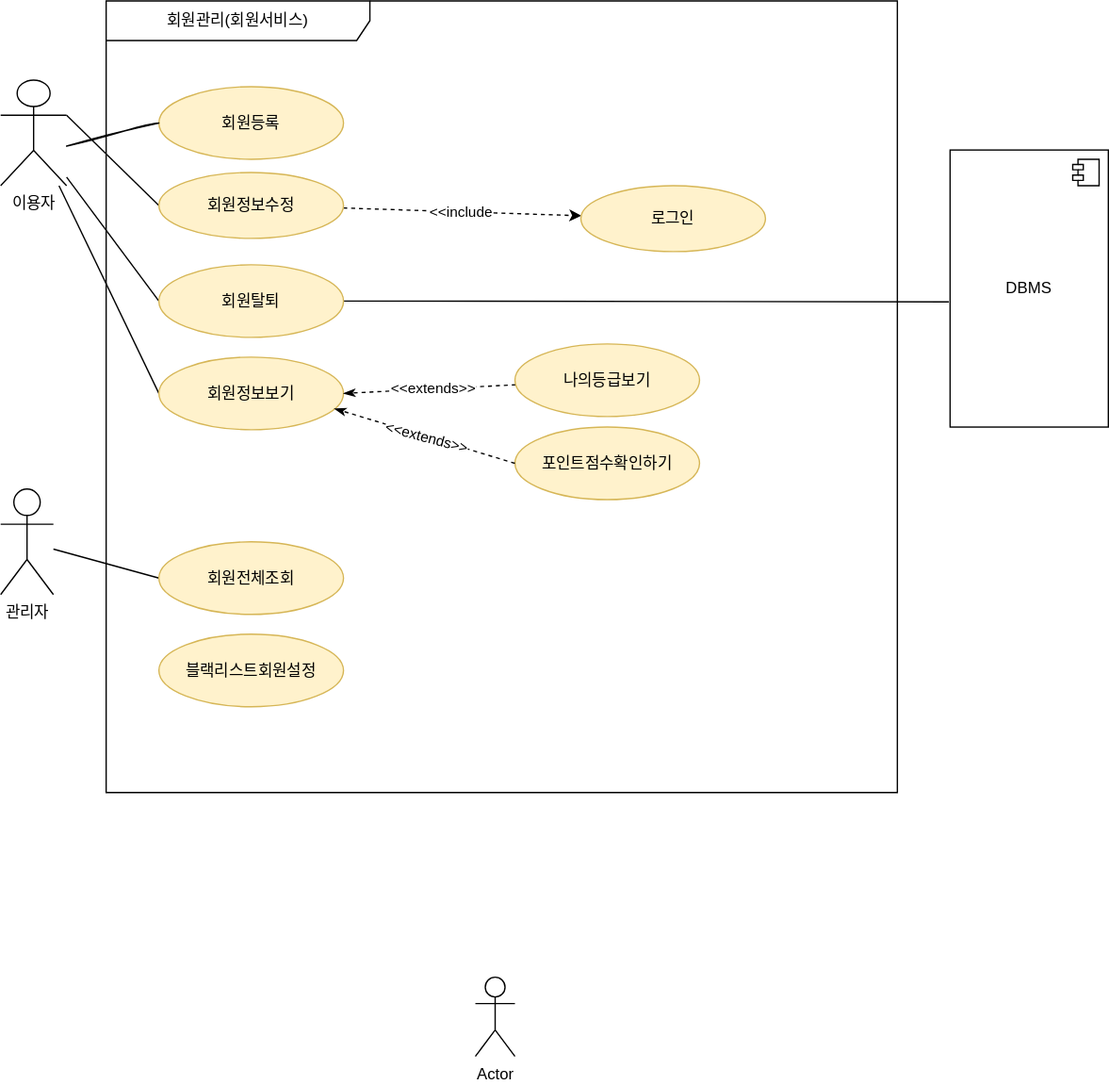
Above: 제목 없는 다이어그램.drawio.svg in parkwonjun2/multi_it_test (draw.io), before the change. Source tidied: cells renumbered, new cells last; positions are measured from the earlier drawing's top-left corner, leaving out a move shared by most shapes.
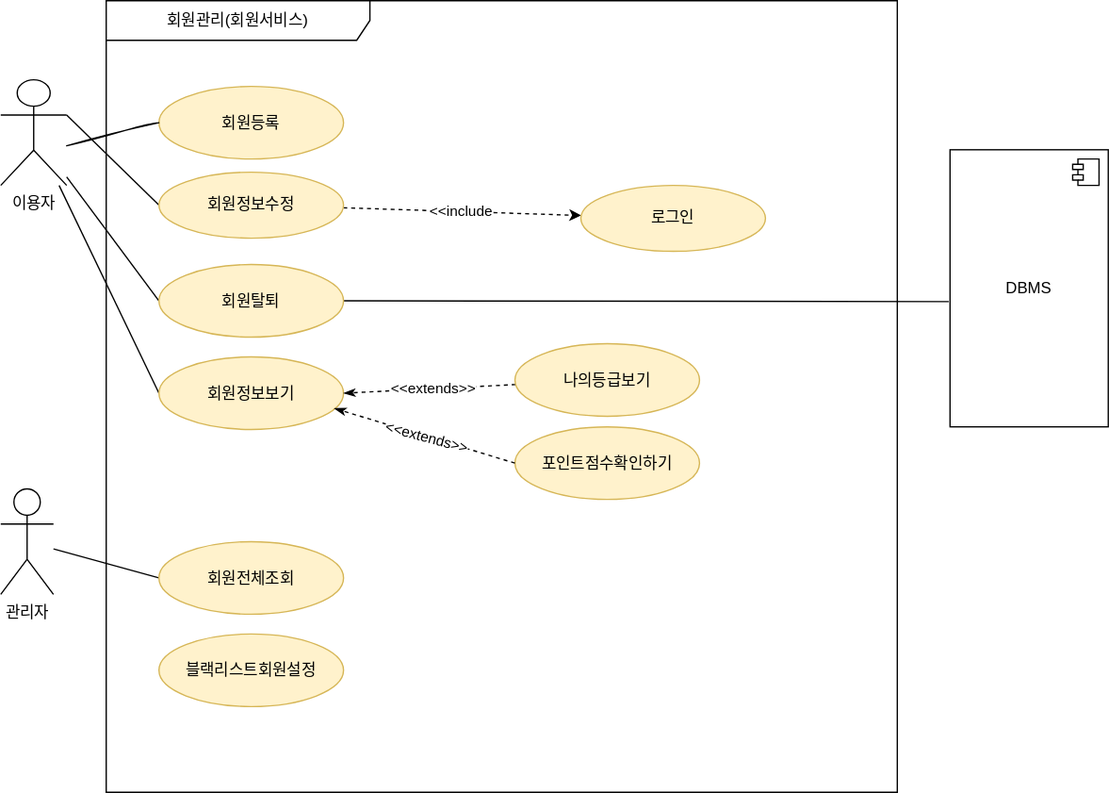
The same file after the commit.

Commit message:
제목 없는 다이어그램.drawio.svg 업데이트

What changed in the source:
```diff
@@ -2,9 +2,6 @@
   <root>
     <mxCell id="0" />
     <mxCell id="1" parent="0" />
-    <mxCell id="2" value="Actor" style="shape=umlActor;verticalLabelPosition=bottom;verticalAlign=top;html=1;" parent="1" vertex="1">
-      <mxGeometry x="360" y="740" width="30" height="60" as="geometry" />
-    </mxCell>
     <mxCell id="3" style="rounded=0;jettySize=auto;html=1;exitX=1;exitY=0.3333333333333333;exitDx=0;exitDy=0;exitPerimeter=0;entryX=0;entryY=0.5;entryDx=0;entryDy=0;endArrow=none;endFill=0;" parent="1" edge="1" source="6" target="13">
       <mxGeometry relative="1" as="geometry" />
     </mxCell>
```
